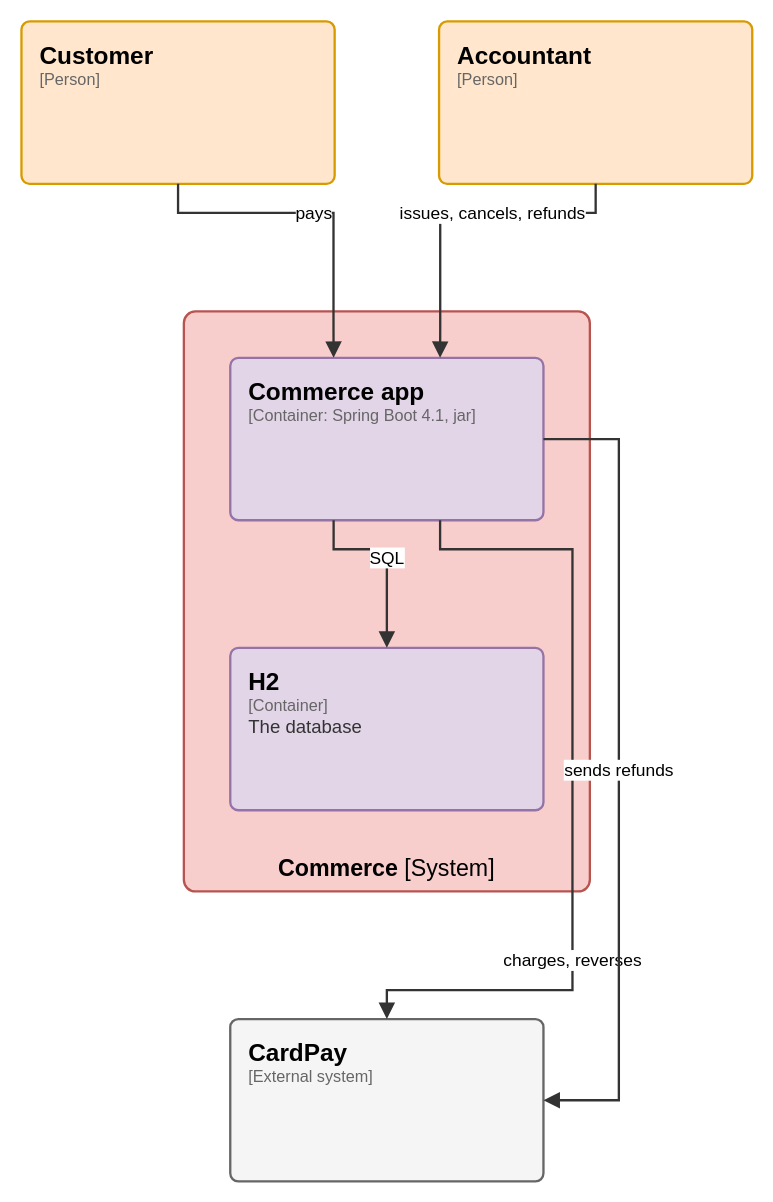
The draw.io diagram page "C4 2 - Containers" (2 of 7) of docs/architecture/c4.drawio in elie29/partition-commerce, before the edit. Source tidied: cells renumbered, new cells numbered last; positions are measured from the earlier drawing's top-left corner, leaving out a move shared by most shapes. Both pictures are drawn from the tidied source at 116%, with x=0, y=0 at pixel (21, 21).
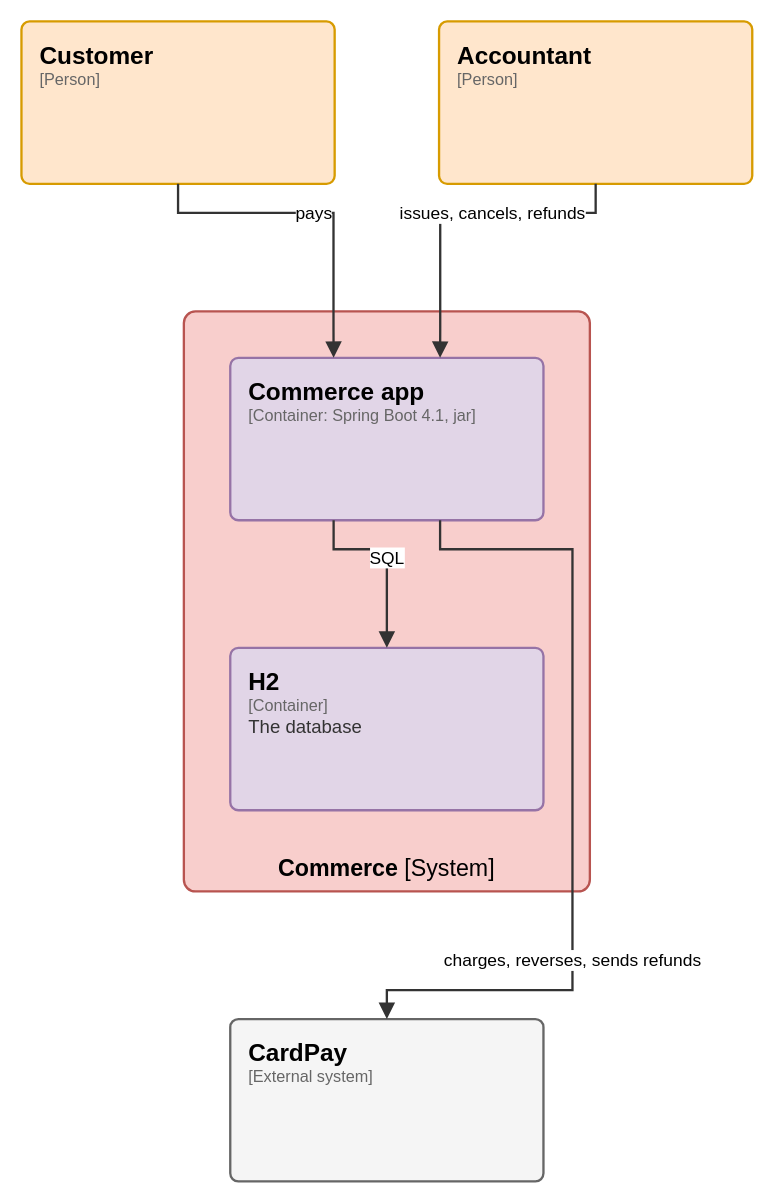
After the change.

Unchanged cells that the change refers to:
```xml
<mxCell id="3" value="&lt;span style=&quot;font-size:21px;font-weight:600;color:#000000&quot;&gt;Commerce app&lt;/span&gt;&lt;br&gt;&lt;span style=&quot;font-family:IBM Plex Mono;font-size:14px;color:#666666&quot;&gt;[Container: Spring Boot 4.1, jar]&lt;/span&gt;" style="rounded=1;absoluteArcSize=1;arcSize=14;html=1;whiteSpace=wrap;fillColor=#e1d5e7;strokeColor=#9673a6;strokeWidth=2;fontFamily=IBM Plex Sans;align=left;verticalAlign=top;spacingLeft=14;spacingRight=10;spacingTop=10;partition=rwtB4VHL-5;" parent="1" vertex="1">
  <mxGeometry x="180" y="290" width="270" height="140" as="geometry" />
</mxCell>
<mxCell id="7" value="&lt;span style=&quot;font-size:21px;font-weight:600;color:#000000&quot;&gt;CardPay&lt;/span&gt;&lt;br&gt;&lt;span style=&quot;font-family:IBM Plex Mono;font-size:14px;color:#666666&quot;&gt;[External system]&lt;/span&gt;" style="rounded=1;absoluteArcSize=1;arcSize=14;html=1;whiteSpace=wrap;fillColor=#f5f5f5;strokeColor=#666666;strokeWidth=2;fontFamily=IBM Plex Sans;align=left;verticalAlign=top;spacingLeft=14;spacingRight=10;spacingTop=10;partition=c4JJ-WUTu-;" parent="1" vertex="1">
  <mxGeometry x="180" y="860" width="270" height="140" as="geometry" />
</mxCell>
```

What changed in the source:
```diff
@@
-    <mxCell id="11" value="charges, reverses" style="edgeStyle=orthogonalEdgeStyle;rounded=0;html=1;endArrow=block;endFill=1;endSize=9;strokeColor=#333333;strokeWidth=2;fontFamily=IBM Plex Sans;fontSize=15;fontColor=#000000;labelBackgroundColor=#FFFFFF;spacing=3;exitX=0.67;exitY=1;exitPerimeter=0;entryX=0.5;entryY=0;entryPerimeter=0;partition=kbnsbZbsmi;" parent="1" edge="1" source="3" target="7">
+    <mxCell id="11" value="charges, reverses, sends refunds" style="edgeStyle=orthogonalEdgeStyle;rounded=0;html=1;endArrow=block;endFill=1;endSize=9;strokeColor=#333333;strokeWidth=2;fontFamily=IBM Plex Sans;fontSize=15;fontColor=#000000;labelBackgroundColor=#FFFFFF;spacing=3;exitX=0.67;exitY=1;exitPerimeter=0;entryX=0.5;entryY=0;entryPerimeter=0;partition=kbnsbZbsmi;" parent="1" edge="1" source="3" target="7">
       <mxGeometry x="0.4" relative="1" as="geometry">
         <Array as="points">
           <mxPoint x="361" y="455" />
           <mxPoint x="475" y="455" />
           <mxPoint x="475" y="835" />
           <mxPoint x="315" y="835" />
         </Array>
       </mxGeometry>
     </mxCell>
-    <mxCell id="12" value="sends refunds" style="edgeStyle=orthogonalEdgeStyle;rounded=0;html=1;endArrow=block;endFill=1;endSize=9;strokeColor=#333333;strokeWidth=2;fontFamily=IBM Plex Sans;fontSize=15;fontColor=#000000;labelBackgroundColor=#FFFFFF;spacing=3;exitX=1;exitY=0.5;exitPerimeter=0;entryX=1;entryY=0.5;entryPerimeter=0;partition=nwx5Kk69VD;" parent="1" edge="1" source="3" target="7">
-      <mxGeometry relative="1" as="geometry">
-        <Array as="points">
-          <mxPoint x="515" y="360" />
-          <mxPoint x="515" y="930" />
-        </Array>
-      </mxGeometry>
-    </mxCell>
```
